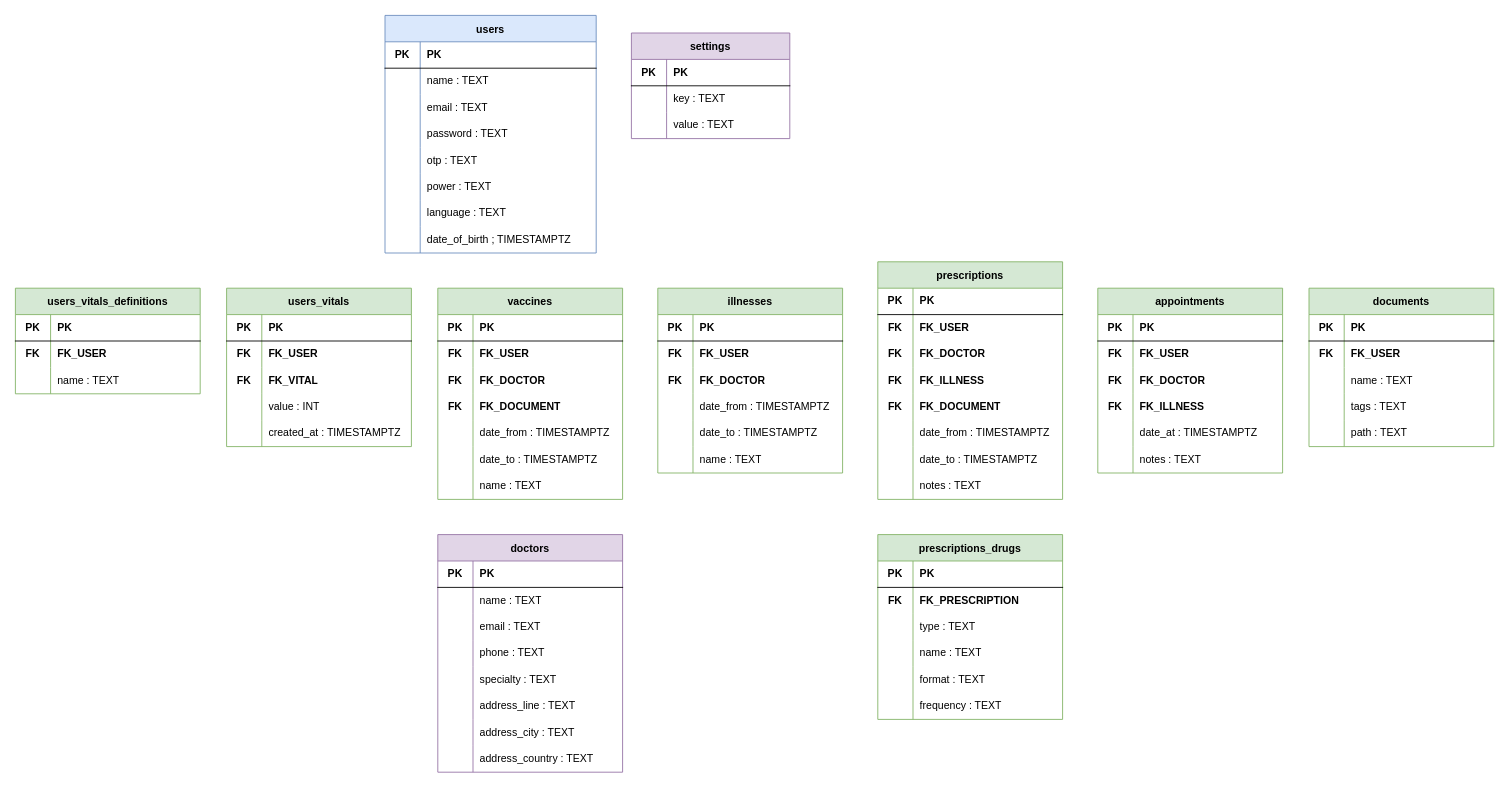
The draw.io diagram conception/database.drawio in krakovmuffin/pmr, before the edit. Source tidied: cells renumbered, new cells numbered last; positions are measured from the earlier drawing's top-left corner, leaving out a move shared by most shapes. Both pictures are drawn from the tidied source at 88%, with x=0, y=0 at pixel (15, 15).
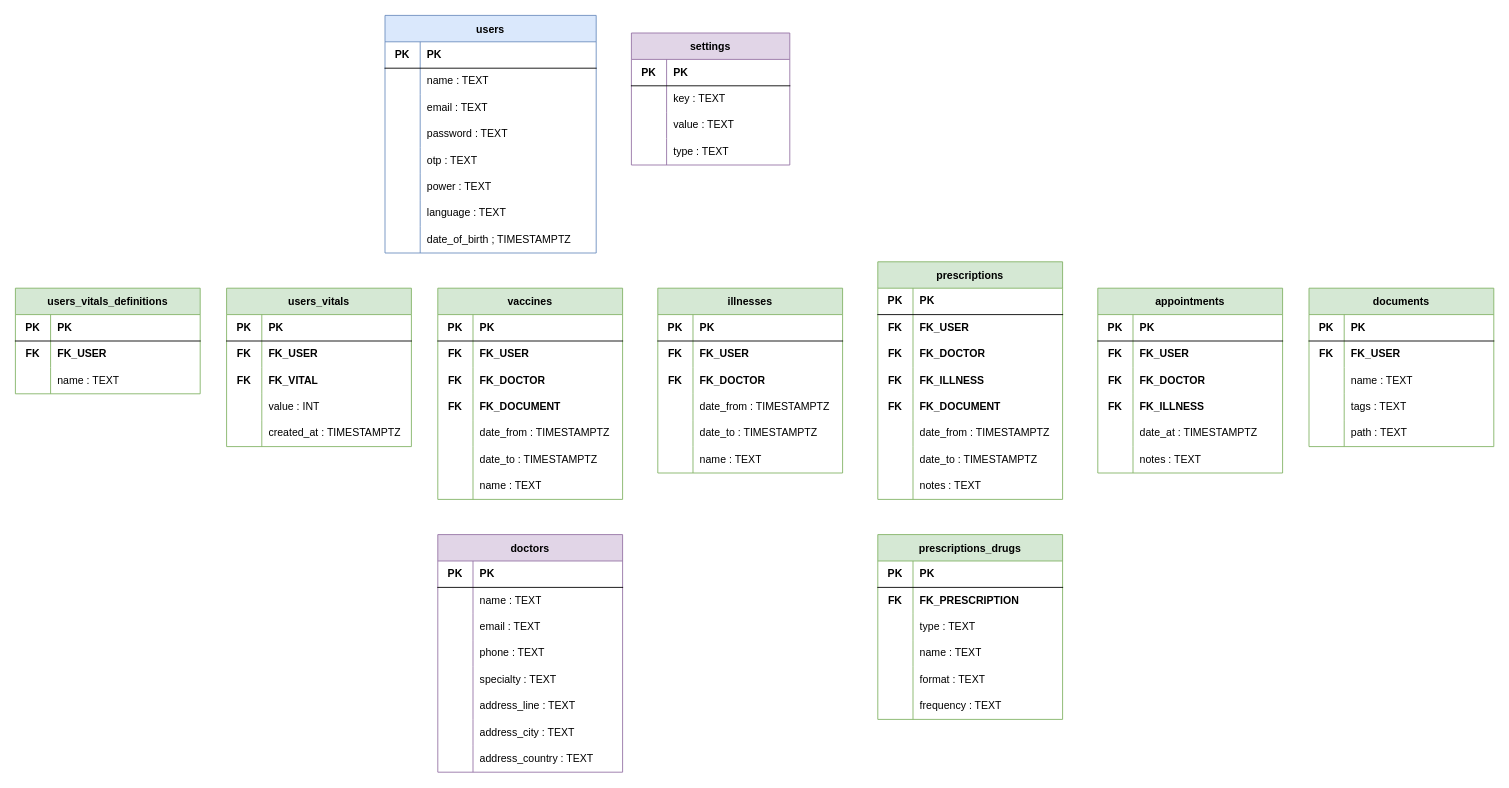
Above is the later version.

Commit message:
Updated conception diagram for database

The edit, as a diff of the source:
```diff
@@
     <mxCell id="27" value="settings" style="shape=table;startSize=30;childLayout=tableLayout;rowLines=0;fontStyle=1;align=center;fillColor=#e1d5e7;strokeColor=#9673a6;" parent="1" vertex="1">
-      <mxGeometry x="700" y="20" width="180" height="120" as="geometry" />
+      <mxGeometry x="700" y="20" width="180" height="150" as="geometry" />
     </mxCell>
@@
+    <mxCell id="208" style="shape=partialRectangle;html=1;whiteSpace=wrap;fillColor=none;top=0;left=0;bottom=0;right=0;" parent="27" vertex="1">
+      <mxGeometry y="120" width="180" height="30" as="geometry" />
+    </mxCell>
+    <mxCell id="209" style="shape=partialRectangle;html=1;whiteSpace=wrap;fillColor=none;top=0;left=0;bottom=0;right=0;overflow=hidden;" parent="208" vertex="1">
+      <mxGeometry width="40" height="30" as="geometry" />
+    </mxCell>
+    <mxCell id="210" value="type : TEXT" style="shape=partialRectangle;html=1;whiteSpace=wrap;fillColor=none;top=0;left=0;bottom=0;right=0;align=left;spacingLeft=6;overflow=hidden;" parent="208" vertex="1">
+      <mxGeometry x="40" width="140" height="30" as="geometry" />
+    </mxCell>
```
